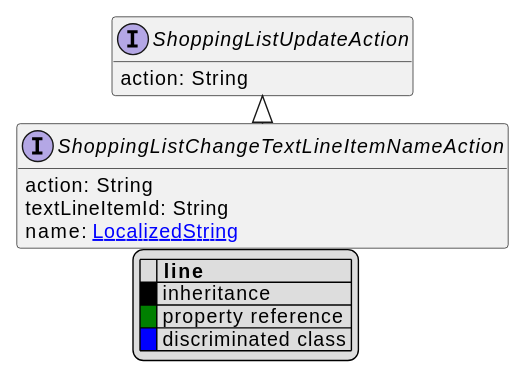
This is uml/api/svg/ShoppingListChangeTextLineItemNameAction.svg from commercetools/commercetools-api-reference, a PlantUML export, as it was before one commit.
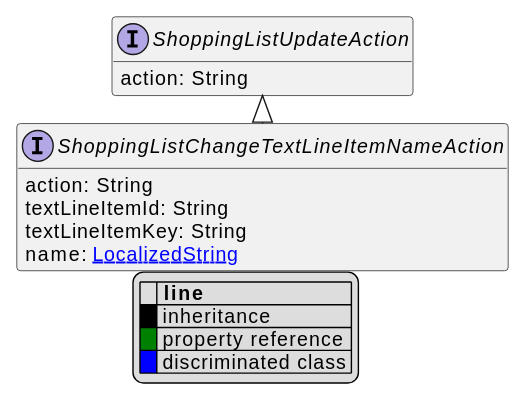
Later version of the same file.

The edit, as a diff of the source:
```diff
@@ -11,6 +11,7 @@
 interface ShoppingListChangeTextLineItemNameAction [[ShoppingListChangeTextLineItemNameAction.svg]] extends ShoppingListUpdateAction {
     action: String
     textLineItemId: String
+    textLineItemKey: String
     name: [[LocalizedString.svg LocalizedString]]
 }
 interface ShoppingListUpdateAction [[ShoppingListUpdateAction.svg]]  {
```
